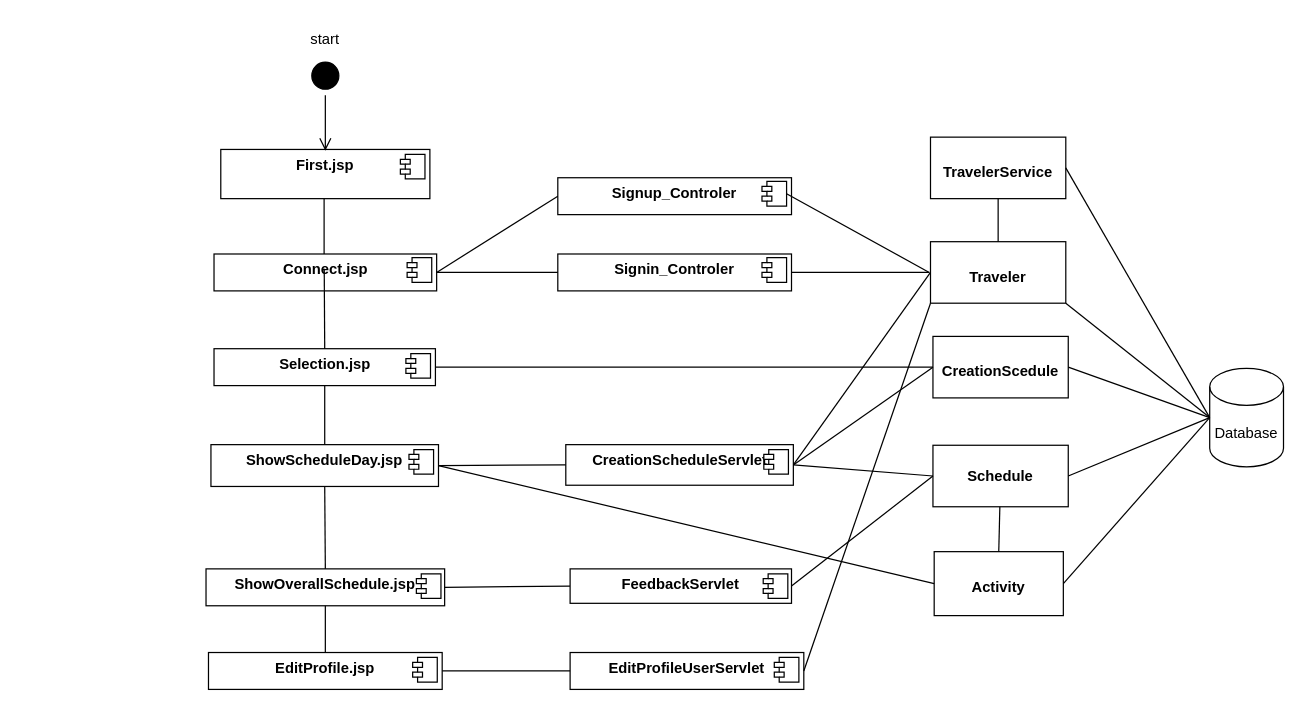
Above: Diagrams/ComponentDiagram2.drawio in EleftheriaKoutsiouri/Scheduluxe (draw.io), before the change. Source tidied: cells renumbered, new cells numbered last; positions are measured from the earlier drawing's top-left corner, leaving out a move shared by most shapes. Both pictures are drawn from the tidied source at 123%, with x=0, y=0 at pixel (21, 21).
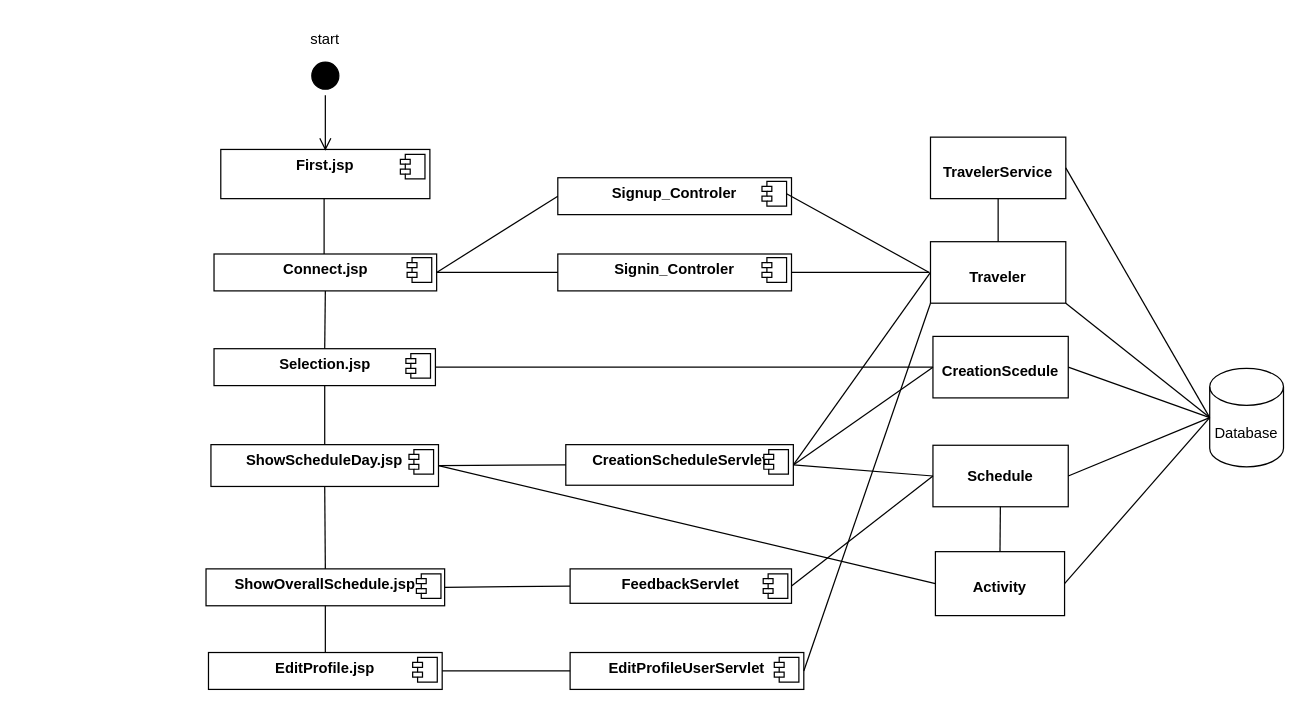
Above is the later version.

Unchanged cells that the change refers to:
```xml
<mxCell id="6" value="&lt;p style=&quot;margin:0px;margin-top:6px;text-align:center;&quot;&gt;&lt;b style=&quot;background-color: initial;&quot;&gt;Selection.jsp&lt;/b&gt;&lt;/p&gt;" style="align=left;overflow=fill;html=1;whiteSpace=wrap;" parent="1" vertex="1">
  <mxGeometry x="156.5" y="266" width="180" height="30" as="geometry" />
</mxCell>
<mxCell id="16" value="&lt;p style=&quot;margin:0px;margin-top:6px;text-align:center;&quot;&gt;&lt;b&gt;Connect.jsp&lt;/b&gt;&lt;/p&gt;" style="align=left;overflow=fill;html=1;whiteSpace=wrap;" parent="1" vertex="1">
  <mxGeometry x="156.5" y="189" width="181" height="30" as="geometry" />
</mxCell>
```

The edit, as a diff of the source:
```diff
@@
     <mxCell id="21" value="&lt;p style=&quot;margin:0px;margin-top:4px;text-align:center;&quot;&gt;&lt;b style=&quot;background-color: initial;&quot;&gt;&lt;br&gt;&lt;/b&gt;&lt;/p&gt;&lt;p style=&quot;margin:0px;margin-top:4px;text-align:center;&quot;&gt;&lt;b style=&quot;background-color: initial;&quot;&gt;Activity&lt;/b&gt;&lt;br&gt;&lt;/p&gt;" style="verticalAlign=top;align=left;overflow=fill;fontSize=12;fontFamily=Helvetica;html=1;whiteSpace=wrap;" parent="1" vertex="1">
-      <mxGeometry x="742" y="431" width="105" height="52" as="geometry" />
+      <mxGeometry x="743" y="431" width="105" height="52" as="geometry" />
     </mxCell>
@@
-    <mxCell id="35" style="endArrow=none;html=1;rounded=0;exitX=0.5;exitY=0;exitDx=0;exitDy=0;" parent="1" edge="1" source="6">
-      <mxGeometry relative="1" as="geometry">
-        <mxPoint x="246.1" y="201" as="targetPoint" />
-      </mxGeometry>
+    <mxCell id="35" style="endArrow=none;html=1;rounded=0;exitX=0.5;exitY=0;exitDx=0;exitDy=0;entryX=0.5;entryY=1;entryDx=0;entryDy=0;" parent="1" edge="1" source="6" target="16">
+      <mxGeometry relative="1" as="geometry" />
     </mxCell>
```
